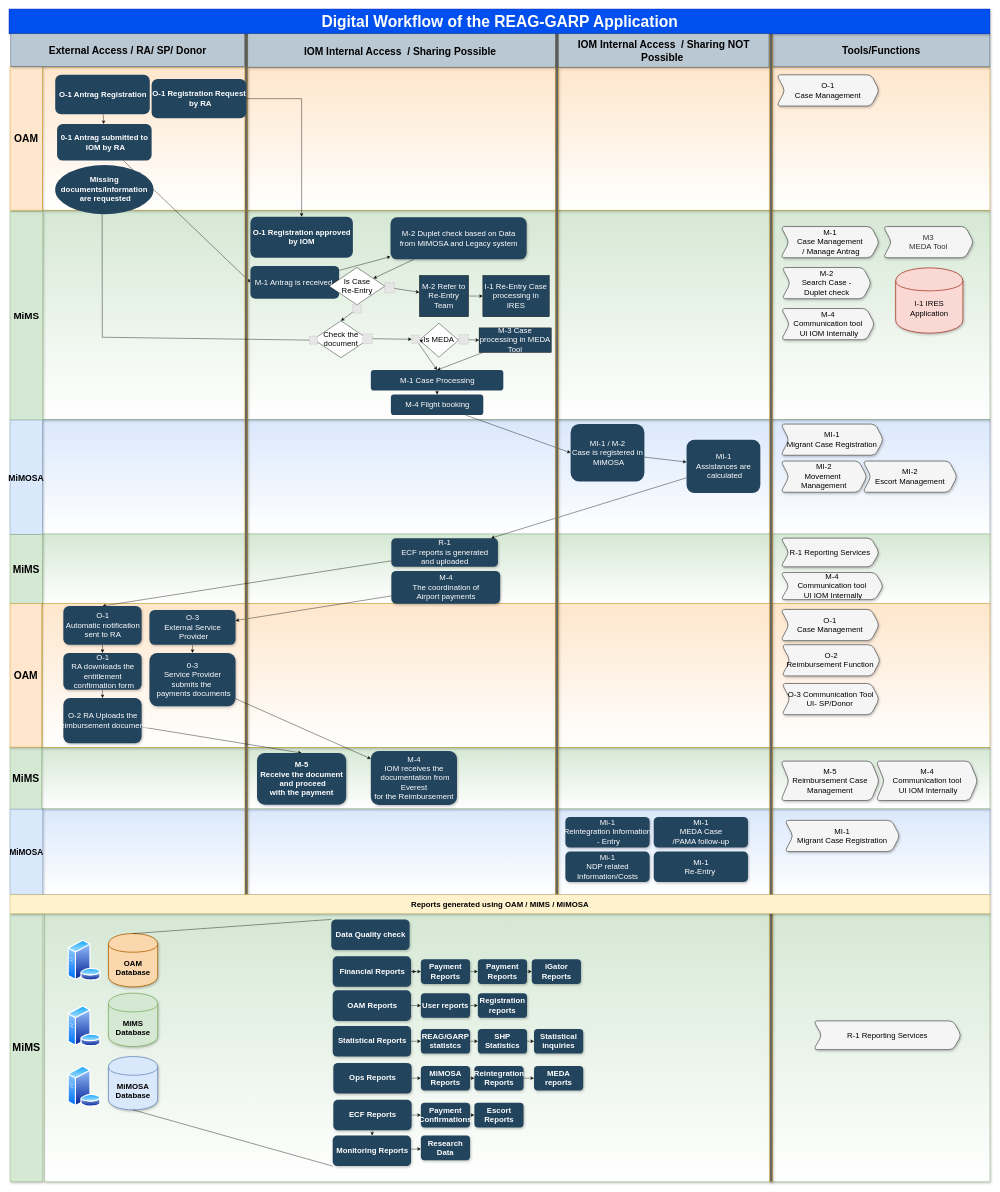
Before: page "V2-FINAL" (1 of 4) of IOM-IM-Diagram.drawio in muhip1/azure-streaminganalytics-SQLdb-PowerBi-Grafana-tutorial, a draw.io diagram. Source tidied: cells renumbered, new cells numbered last; positions are measured from the earlier drawing's top-left corner, leaving out a move shared by most shapes. Both pictures are drawn from the tidied source at 41%, with x=0, y=0 at pixel (9, 9). Pictures stored in the file or linked from it are replaced by grey dashed boxes.
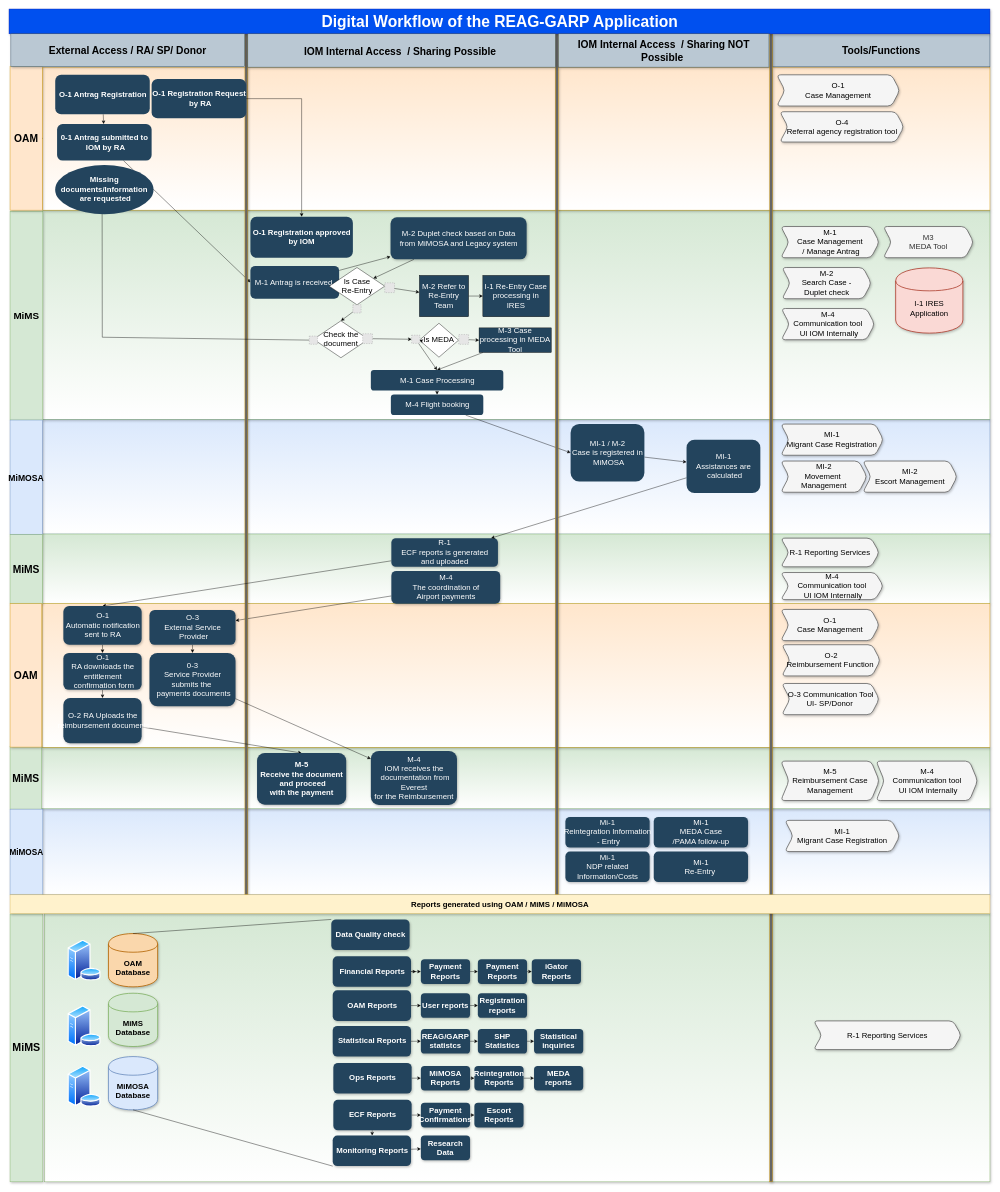
The same diagram, later.

Diff of the diagram source:
```diff
@@
     <mxCell id="105" value="&lt;span style=&quot;color: rgb(0 , 0 , 0) ; font-size: 19px&quot;&gt;O-1 &lt;br&gt;Case Management&lt;/span&gt;" style="shape=step;perimeter=stepPerimeter;whiteSpace=wrap;html=1;fixedSize=1;rounded=1;shadow=1;strokeColor=#666666;strokeWidth=2;fillColor=#f5f5f5;fontColor=#333333;fontSize=19;fontStyle=0;" parent="1" vertex="1">
-      <mxGeometry x="1872" y="160" width="250" height="76.1" as="geometry" />
+      <mxGeometry x="1872" y="160" width="300" height="76.1" as="geometry" />
     </mxCell>
@@
+    <mxCell id="159" value="&lt;font color=&quot;#000000&quot;&gt;O-4&lt;br&gt;&lt;/font&gt;&lt;font color=&quot;#000000&quot;&gt;Referral&amp;nbsp;agency registration tool&lt;/font&gt;" style="shape=step;perimeter=stepPerimeter;whiteSpace=wrap;html=1;fixedSize=1;rounded=1;shadow=1;strokeColor=#666666;strokeWidth=2;fillColor=#f5f5f5;fontColor=#333333;fontSize=19;fontStyle=0;" parent="1" vertex="1">
+      <mxGeometry x="1879.5" y="250" width="302.5" height="73.9" as="geometry" />
+    </mxCell>
```
